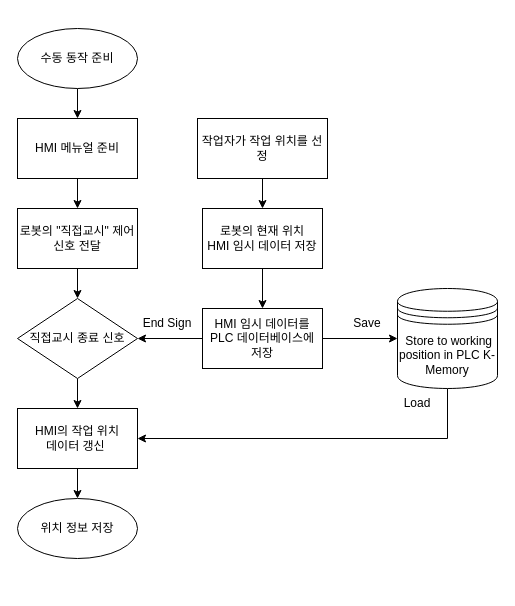
This is decide_work_position_system_flowchart.drawio from LeeJuMyeong/Documents, a draw.io file, before an edit. Source tidied: cells renumbered, new cells numbered last; positions are measured from the earlier drawing's top-left corner, leaving out a move shared by most shapes. Both pictures are drawn from the tidied source at 100%, with x=0, y=0 at pixel (17, 28).
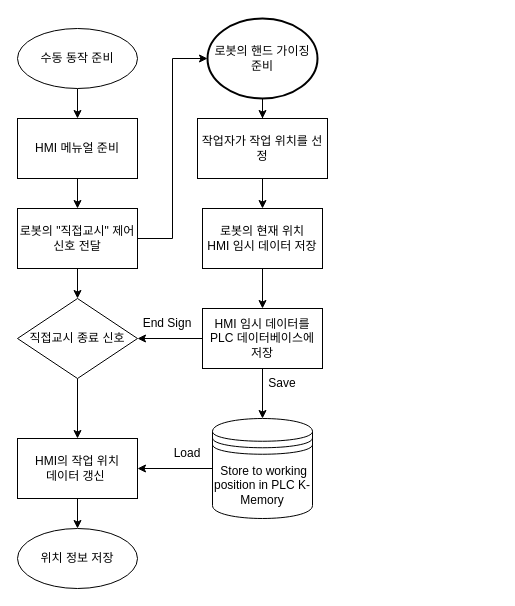
The same page after the edit.

The change refers to these unchanged cells:
```xml
<mxCell id="6" value="로봇의 &quot;직접교시&quot; 제어 신호 전달" style="whiteSpace=wrap;html=1;" parent="1" vertex="1">
  <mxGeometry y="180" width="120" height="60" as="geometry" />
</mxCell>
<mxCell id="10" value="작업자가 작업 위치를 선정" style="rounded=0;whiteSpace=wrap;html=1;" parent="1" vertex="1">
  <mxGeometry x="180" y="90" width="130" height="60" as="geometry" />
</mxCell>
<mxCell id="17" value="HMI 임시 데이터를 PLC 데이터베이스에 저장" style="whiteSpace=wrap;html=1;rounded=0;" parent="1" vertex="1">
  <mxGeometry x="185" y="280" width="120" height="60" as="geometry" />
</mxCell>
```

Diff of the diagram source:
```diff
@@
     <mxCell id="4" value="위치 정보 저장" style="ellipse;whiteSpace=wrap;html=1;" parent="1" vertex="1">
-      <mxGeometry y="470" width="120" height="60" as="geometry" />
+      <mxGeometry y="500" width="120" height="60" as="geometry" />
     </mxCell>
@@
-    <mxCell id="15" style="edgeStyle=orthogonalEdgeStyle;rounded=0;jettySize=auto;html=1;entryX=0;entryY=0.5;entryDx=0;entryDy=0;" parent="1" edge="1" source="17" target="19">
+    <mxCell id="15" style="edgeStyle=orthogonalEdgeStyle;rounded=0;jettySize=auto;html=1;entryX=0.5;entryY=0;entryDx=0;entryDy=0;" parent="1" edge="1" source="17" target="19">
       <mxGeometry relative="1" as="geometry" />
     </mxCell>
@@
-    <mxCell id="18" style="edgeStyle=orthogonalEdgeStyle;rounded=0;jettySize=auto;html=1;entryX=1;entryY=0.5;entryDx=0;entryDy=0;exitX=0.5;exitY=1;exitDx=0;exitDy=0;" parent="1" edge="1" source="19" target="22">
+    <mxCell id="18" style="edgeStyle=orthogonalEdgeStyle;rounded=0;jettySize=auto;html=1;entryX=1;entryY=0.5;entryDx=0;entryDy=0;exitX=0;exitY=0.5;exitDx=0;exitDy=0;" parent="1" edge="1" source="19" target="22">
       <mxGeometry relative="1" as="geometry" />
     </mxCell>
     <mxCell id="19" value="&amp;nbsp;Store to working position in PLC K-Memory" style="shape=datastore;whiteSpace=wrap;html=1;" parent="1" vertex="1">
-      <mxGeometry x="380" y="260" width="100" height="100" as="geometry" />
+      <mxGeometry x="195" y="390" width="100" height="100" as="geometry" />
     </mxCell>
@@
     <mxCell id="22" value="HMI의 작업 위치 &lt;br&gt;데이터 갱신&amp;nbsp;" style="rounded=0;whiteSpace=wrap;html=1;" parent="1" vertex="1">
-      <mxGeometry y="380" width="120" height="60" as="geometry" />
+      <mxGeometry y="410" width="120" height="60" as="geometry" />
     </mxCell>
     <mxCell id="23" value="Save" style="text;html=1;strokeColor=none;fillColor=none;align=center;verticalAlign=middle;whiteSpace=wrap;rounded=0;" parent="1" vertex="1">
-      <mxGeometry x="320" y="280" width="60" height="30" as="geometry" />
+      <mxGeometry x="235" y="340" width="60" height="30" as="geometry" />
     </mxCell>
     <mxCell id="24" value="Load" style="text;html=1;strokeColor=none;fillColor=none;align=center;verticalAlign=middle;whiteSpace=wrap;rounded=0;" parent="1" vertex="1">
-      <mxGeometry x="370" y="360" width="60" height="30" as="geometry" />
+      <mxGeometry x="140" y="410" width="60" height="30" as="geometry" />
     </mxCell>
+    <mxCell id="25" style="edgeStyle=orthogonalEdgeStyle;rounded=0;jettySize=auto;html=1;" parent="1" edge="1" source="26" target="10">
+      <mxGeometry relative="1" as="geometry" />
+    </mxCell>
+    <mxCell id="26" value="로봇의 핸드 가이징 준비" style="strokeWidth=2;html=1;shape=mxgraph.flowchart.start_1;whiteSpace=wrap;" parent="1" vertex="1">
+      <mxGeometry x="190" y="-10" width="110" height="80" as="geometry" />
+    </mxCell>
+    <mxCell id="27" style="edgeStyle=orthogonalEdgeStyle;rounded=0;jettySize=auto;html=1;entryX=0;entryY=0.5;entryDx=0;entryDy=0;entryPerimeter=0;" parent="1" edge="1" source="6" target="26">
+      <mxGeometry relative="1" as="geometry" />
+    </mxCell>
```
